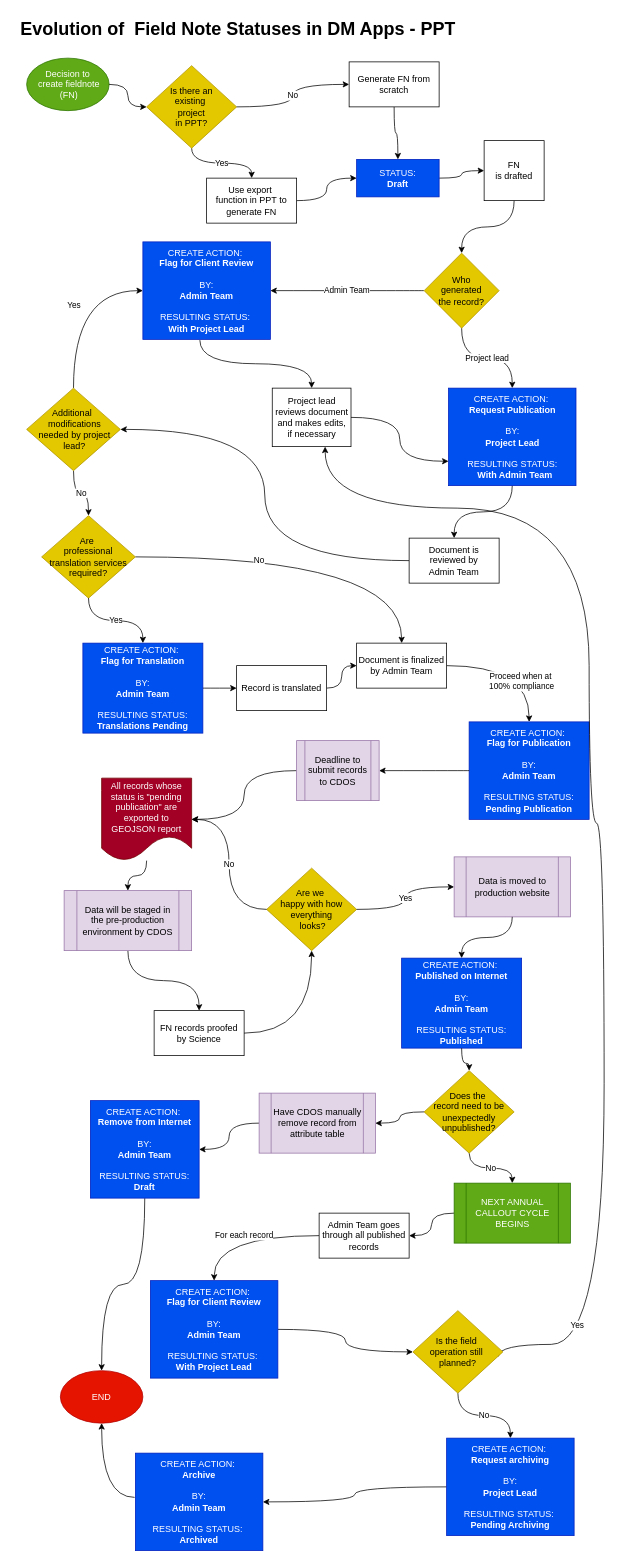
davjfish/diagrams keeps this draw.io diagram as Fieldnote status evolution in PPT.drawio. Above is the earlier version. Source tidied: cells renumbered, new cells numbered last; positions are measured from the earlier drawing's top-left corner, leaving out a move shared by most shapes. Both pictures are drawn from the tidied source at 75%, with x=0, y=0 at pixel (19, 13).
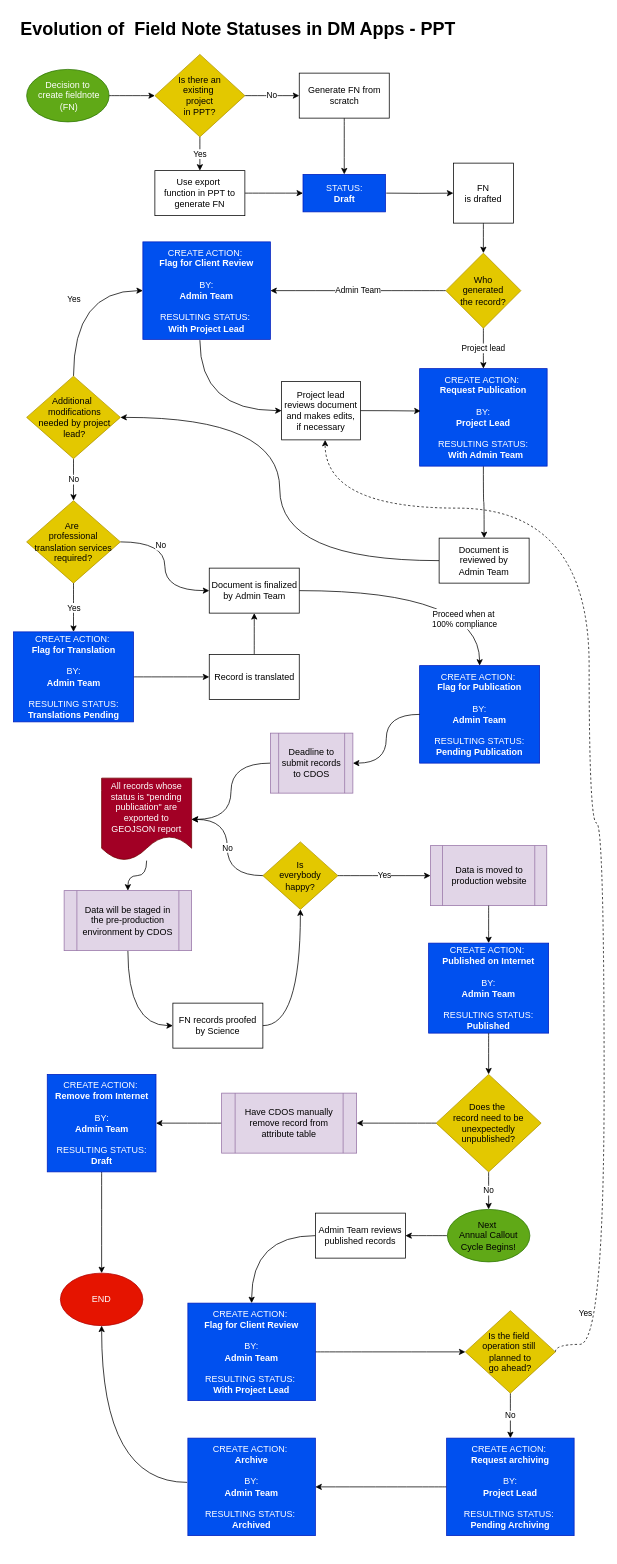
The same page after the edit.

The change refers to these unchanged cells:
```xml
<mxCell id="14" value="CREATE ACTION:&amp;nbsp;&lt;div&gt;&lt;b&gt;Flag for Client Review&lt;/b&gt;&lt;/div&gt;&lt;div&gt;&lt;b&gt;&lt;br&gt;&lt;/b&gt;&lt;/div&gt;&lt;div&gt;BY:&lt;/div&gt;&lt;div&gt;&lt;b&gt;Admin Team&lt;/b&gt;&lt;/div&gt;&lt;div&gt;&lt;b&gt;&lt;br&gt;&lt;/b&gt;&lt;div&gt;RESULTING STATUS:&amp;nbsp;&lt;/div&gt;&lt;div&gt;&lt;b&gt;With Project Lead&lt;/b&gt;&lt;/div&gt;&lt;/div&gt;" style="rounded=0;whiteSpace=wrap;html=1;fillColor=light-dark(#0050EF,#170FFF);fontColor=light-dark(#FFFFFF,#FFFFFF);strokeColor=#001DBC;" parent="1" vertex="1">
  <mxGeometry x="165" y="305" width="170" height="130" as="geometry" />
</mxCell>
```

What changed in the source:
```diff
@@
     <mxCell id="3" value="Decision&lt;span style=&quot;background-color: transparent;&quot;&gt;&amp;nbsp;to&lt;/span&gt;&lt;div&gt;&lt;span style=&quot;background-color: transparent;&quot;&gt;&amp;nbsp;create&amp;nbsp;&lt;/span&gt;&lt;span style=&quot;background-color: transparent;&quot;&gt;fieldnote&lt;/span&gt;&lt;div&gt;&lt;span style=&quot;background-color: transparent;&quot;&gt;&amp;nbsp;(FN)&lt;/span&gt;&lt;/div&gt;&lt;/div&gt;" style="ellipse;whiteSpace=wrap;html=1;fillColor=light-dark(#60A917,#99FF99);fontColor=light-dark(#FFFFFF,#000000);strokeColor=#2D7600;" parent="1" vertex="1">
-      <mxGeometry x="10" y="60" width="110" height="70" as="geometry" />
+      <mxGeometry x="10" y="75" width="110" height="70" as="geometry" />
     </mxCell>
@@
     <mxCell id="6" value="Is there an&lt;div&gt;existing&amp;nbsp;&lt;/div&gt;&lt;div&gt;project&lt;/div&gt;&lt;div&gt;in PPT?&lt;/div&gt;" style="rhombus;whiteSpace=wrap;html=1;fillColor=light-dark(#E3C800,#FFFF99);fontColor=light-dark(#000000,#000000);strokeColor=#B09500;" parent="1" vertex="1">
-      <mxGeometry x="170" y="70" width="120" height="110" as="geometry" />
+      <mxGeometry x="181" y="55" width="120" height="110" as="geometry" />
     </mxCell>
@@
     <mxCell id="8" value="FN&lt;div&gt;is drafted&lt;/div&gt;" style="whiteSpace=wrap;html=1;" parent="1" vertex="1">
-      <mxGeometry x="620" y="170" width="80" height="80" as="geometry" />
+      <mxGeometry x="579" y="200" width="80" height="80" as="geometry" />
     </mxCell>
@@
     <mxCell id="11" value="Who&lt;div&gt;&lt;span style=&quot;background-color: transparent;&quot;&gt;generated&lt;/span&gt;&lt;div&gt;the&lt;span style=&quot;background-color: transparent;&quot;&gt;&amp;nbsp;record?&lt;/span&gt;&lt;/div&gt;&lt;/div&gt;" style="rhombus;whiteSpace=wrap;html=1;fillColor=light-dark(#E3C800,#FFFF99);fontColor=light-dark(#000000,#000000);strokeColor=#B09500;" parent="1" vertex="1">
-      <mxGeometry x="540" y="320" width="100" height="100" as="geometry" />
+      <mxGeometry x="569" y="320" width="100" height="100" as="geometry" />
     </mxCell>
@@
     <mxCell id="13" value="CREATE ACTION:&amp;nbsp;&lt;div&gt;&lt;b&gt;Request Publication&lt;/b&gt;&lt;/div&gt;&lt;div&gt;&lt;b&gt;&lt;br&gt;&lt;/b&gt;&lt;div&gt;&lt;div&gt;BY:&lt;/div&gt;&lt;div&gt;&lt;b&gt;Project Lead&lt;/b&gt;&lt;/div&gt;&lt;/div&gt;&lt;div&gt;&lt;b&gt;&lt;br&gt;&lt;/b&gt;&lt;/div&gt;&lt;div&gt;&lt;span style=&quot;background-color: transparent;&quot;&gt;RESULTING STATUS&lt;/span&gt;:&lt;/div&gt;&lt;div&gt;&amp;nbsp; &lt;b&gt;With Admin Team&lt;/b&gt;&lt;/div&gt;&lt;/div&gt;" style="rounded=0;whiteSpace=wrap;html=1;fillColor=light-dark(#0050EF,#170FFF);fontColor=light-dark(#FFFFFF,#FFFFFF);strokeColor=#001DBC;" parent="1" vertex="1">
-      <mxGeometry x="572.5" y="500" width="170" height="130" as="geometry" />
+      <mxGeometry x="534" y="474" width="170" height="130" as="geometry" />
     </mxCell>
@@
-    <mxCell id="15" style="edgeStyle=orthogonalEdgeStyle;rounded=0;jettySize=auto;html=1;curved=1;" parent="1" edge="1" source="16" target="8">
-      <mxGeometry relative="1" as="geometry" />
+    <mxCell id="15" style="edgeStyle=orthogonalEdgeStyle;rounded=0;jettySize=auto;html=1;curved=1;" parent="1" edge="1" target="8">
+      <mxGeometry relative="1" as="geometry">
+        <mxPoint x="489.5" y="240" as="sourcePoint" />
+      </mxGeometry>
     </mxCell>
     <mxCell id="16" value="&lt;div&gt;&lt;font style=&quot;&quot;&gt;&lt;span style=&quot;background-color: transparent;&quot;&gt;&lt;font style=&quot;&quot;&gt;STATUS&lt;/font&gt;&lt;/span&gt;&lt;span style=&quot;background-color: transparent;&quot;&gt;:&lt;/span&gt;&lt;/font&gt;&lt;/div&gt;&lt;div&gt;&lt;b&gt;Draft&lt;/b&gt;&lt;/div&gt;" style="rounded=0;whiteSpace=wrap;html=1;fillColor=light-dark(#0050EF,#170FFF);fontColor=light-dark(#FFFFFF,#FFFFFF);strokeColor=#001DBC;" parent="1" vertex="1">
-      <mxGeometry x="450" y="195" width="110" height="50" as="geometry" />
+      <mxGeometry x="378.5" y="215" width="110" height="50" as="geometry" />
     </mxCell>
@@
     <mxCell id="19" value="Use export&amp;nbsp;&lt;div&gt;function in PPT to generate FN&lt;/div&gt;" style="whiteSpace=wrap;html=1;" parent="1" vertex="1">
-      <mxGeometry x="250" y="220" width="120" height="60" as="geometry" />
+      <mxGeometry x="181" y="210" width="120" height="60" as="geometry" />
     </mxCell>
@@
     <mxCell id="21" value="Generate FN from scratch" style="whiteSpace=wrap;html=1;" parent="1" vertex="1">
-      <mxGeometry x="440" y="65" width="120" height="60" as="geometry" />
+      <mxGeometry x="373.5" y="80" width="120" height="60" as="geometry" />
     </mxCell>
-    <mxCell id="22" style="edgeStyle=orthogonalEdgeStyle;rounded=0;jettySize=auto;html=1;entryX=0;entryY=0.75;entryDx=0;entryDy=0;curved=1;" parent="1" edge="1" source="23" target="13">
+    <mxCell id="22" style="edgeStyle=orthogonalEdgeStyle;rounded=0;jettySize=auto;html=1;entryX=0.008;entryY=0.435;entryDx=0;entryDy=0;curved=1;entryPerimeter=0;" parent="1" edge="1" source="23" target="13">
       <mxGeometry relative="1" as="geometry" />
     </mxCell>
     <mxCell id="23" value="Project lead reviews document and makes&amp;nbsp;&lt;span style=&quot;background-color: transparent; color: light-dark(rgb(0, 0, 0), rgb(255, 255, 255));&quot;&gt;edits,&lt;/span&gt;&lt;div&gt;&lt;span style=&quot;background-color: transparent; color: light-dark(rgb(0, 0, 0), rgb(255, 255, 255));&quot;&gt;if necessary&lt;/span&gt;&lt;/div&gt;" style="rounded=0;whiteSpace=wrap;html=1;" parent="1" vertex="1">
-      <mxGeometry x="337.5" y="500" width="105" height="78" as="geometry" />
+      <mxGeometry x="350" y="491" width="105" height="78" as="geometry" />
     </mxCell>
-    <mxCell id="24" style="edgeStyle=orthogonalEdgeStyle;rounded=0;jettySize=auto;html=1;curved=1;exitX=0.447;exitY=1.008;exitDx=0;exitDy=0;exitPerimeter=0;" parent="1" edge="1" source="14" target="23">
+    <mxCell id="24" style="edgeStyle=orthogonalEdgeStyle;rounded=0;jettySize=auto;html=1;curved=1;exitX=0.447;exitY=1.008;exitDx=0;exitDy=0;exitPerimeter=0;entryX=0;entryY=0.5;entryDx=0;entryDy=0;" parent="1" edge="1" source="14" target="23">
       <mxGeometry relative="1" as="geometry" />
     </mxCell>
@@
     <mxCell id="26" value="Document is reviewed by&lt;div&gt;Admin Team&lt;/div&gt;" style="whiteSpace=wrap;html=1;rounded=0;" parent="1" vertex="1">
-      <mxGeometry x="520" y="700" width="120" height="60" as="geometry" />
+      <mxGeometry x="560" y="700" width="120" height="60" as="geometry" />
     </mxCell>
@@
     <mxCell id="29" value="Additional&amp;nbsp;&lt;div&gt;&amp;nbsp;modifications&lt;/div&gt;&lt;div&gt;&amp;nbsp;needed by project&lt;/div&gt;&lt;div&gt;&amp;nbsp;lead?&lt;/div&gt;" style="rhombus;whiteSpace=wrap;html=1;fillColor=light-dark(#E3C800,#FFFF99);fontColor=light-dark(#000000,#000000);strokeColor=#B09500;" parent="1" vertex="1">
-      <mxGeometry x="10" y="500" width="125" height="110" as="geometry" />
+      <mxGeometry x="10" y="484" width="125" height="110" as="geometry" />
     </mxCell>
@@
     <mxCell id="31" value="Are&amp;nbsp;&lt;div&gt;professional translation services required?&lt;/div&gt;" style="rhombus;whiteSpace=wrap;html=1;fillColor=light-dark(#E3C800,#FFFF99);fontColor=light-dark(#000000,#000000);strokeColor=#B09500;" parent="1" vertex="1">
-      <mxGeometry x="30" y="670" width="125" height="110" as="geometry" />
+      <mxGeometry x="10" y="650" width="125" height="110" as="geometry" />
     </mxCell>
@@
     <mxCell id="34" value="CREATE ACTION:&amp;nbsp;&lt;div&gt;&lt;b&gt;Flag for Translation&lt;/b&gt;&lt;/div&gt;&lt;div&gt;&lt;b&gt;&lt;br&gt;&lt;/b&gt;&lt;/div&gt;&lt;div&gt;&lt;div&gt;BY:&lt;/div&gt;&lt;div&gt;&lt;b&gt;Admin Team&lt;/b&gt;&lt;/div&gt;&lt;/div&gt;&lt;div&gt;&lt;b&gt;&lt;br&gt;&lt;/b&gt;&lt;div&gt;RESULTING STATUS:&lt;/div&gt;&lt;div&gt;&lt;b&gt;Translations Pending&lt;/b&gt;&lt;/div&gt;&lt;/div&gt;" style="rounded=0;whiteSpace=wrap;html=1;fillColor=light-dark(#0050EF,#170FFF);fontColor=light-dark(#FFFFFF,#FFFFFF);strokeColor=#001DBC;" parent="1" vertex="1">
-      <mxGeometry x="85" y="840" width="160" height="120" as="geometry" />
+      <mxGeometry x="-7.5" y="825" width="160" height="120" as="geometry" />
     </mxCell>
@@
     <mxCell id="36" value="Record is translated" style="whiteSpace=wrap;html=1;rounded=0;" parent="1" vertex="1">
-      <mxGeometry x="290" y="870" width="120" height="60" as="geometry" />
+      <mxGeometry x="253.5" y="855" width="120" height="60" as="geometry" />
     </mxCell>
@@
     <mxCell id="38" value="CREATE ACTION:&amp;nbsp;&lt;div&gt;&lt;b&gt;Flag for Publication&lt;/b&gt;&lt;/div&gt;&lt;div&gt;&lt;div&gt;&lt;br&gt;&lt;/div&gt;&lt;div&gt;BY:&lt;/div&gt;&lt;div&gt;&lt;b&gt;Admin Team&lt;/b&gt;&lt;/div&gt;&lt;div&gt;&lt;b&gt;&lt;br&gt;&lt;/b&gt;&lt;/div&gt;&lt;div&gt;RESULTING STATUS:&lt;/div&gt;&lt;div&gt;&lt;b&gt;Pending Publication&lt;/b&gt;&lt;/div&gt;&lt;/div&gt;" style="rounded=0;whiteSpace=wrap;html=1;fillColor=light-dark(#0050EF,#170FFF);fontColor=light-dark(#FFFFFF,#FFFFFF);strokeColor=#001DBC;" parent="1" vertex="1">
-      <mxGeometry x="600" y="945" width="160" height="130" as="geometry" />
+      <mxGeometry x="534" y="870" width="160" height="130" as="geometry" />
     </mxCell>
@@
-    <mxCell id="40" value="Deadline to submit records to CDOS" style="shape=process;whiteSpace=wrap;html=1;backgroundOutline=1;fillColor=#e1d5e7;strokeColor=#9673a6;" parent="1" vertex="1">
-      <mxGeometry x="370" y="970" width="110" height="80" as="geometry" />
+    <mxCell id="40" value="Deadline to submit records to CDOS" style="shape=process;whiteSpace=wrap;html=1;backgroundOutline=1;fillColor=light-dark(#E1D5E7,#E5CCFF);strokeColor=#9673a6;fontColor=light-dark(#000000,#000000);" parent="1" vertex="1">
+      <mxGeometry x="335" y="960" width="110" height="80" as="geometry" />
     </mxCell>
-    <mxCell id="41" style="edgeStyle=orthogonalEdgeStyle;rounded=0;jettySize=auto;html=1;curved=1;" parent="1" edge="1" source="57" target="44">
+    <mxCell id="41" style="edgeStyle=orthogonalEdgeStyle;rounded=0;jettySize=auto;html=1;curved=1;" parent="1" edge="1" source="77" target="44">
       <mxGeometry relative="1" as="geometry" />
     </mxCell>
-    <mxCell id="42" value="All records whose status is &quot;pending publication&quot; are exported to GEOJSON report" style="shape=document;whiteSpace=wrap;html=1;boundedLbl=1;fillColor=#a20025;strokeColor=#6F0000;fontColor=#ffffff;" parent="1" vertex="1">
+    <mxCell id="42" value="All records whose status is &quot;pending publication&quot; are exported to GEOJSON report" style="shape=document;whiteSpace=wrap;html=1;boundedLbl=1;fillColor=light-dark(#A20025,#CCFFFF);strokeColor=#6F0000;fontColor=#ffffff;" parent="1" vertex="1">
       <mxGeometry x="110" y="1020" width="120" height="110" as="geometry" />
     </mxCell>
-    <mxCell id="43" value="For each record" style="edgeStyle=orthogonalEdgeStyle;rounded=0;jettySize=auto;html=1;curved=1;" parent="1" edge="1" source="44" target="67">
-      <mxGeometry relative="1" as="geometry" />
+    <mxCell id="43" style="edgeStyle=orthogonalEdgeStyle;rounded=0;jettySize=auto;html=1;curved=1;exitX=0;exitY=0.5;exitDx=0;exitDy=0;" parent="1" edge="1" source="44" target="67">
+      <mxGeometry x="0.33" y="10" relative="1" as="geometry" />
     </mxCell>
-    <mxCell id="44" value="Admin Team goes through all published records" style="whiteSpace=wrap;html=1;" parent="1" vertex="1">
-      <mxGeometry x="400" y="1600" width="120" height="60" as="geometry" />
+    <mxCell id="44" value="Admin Team reviews published records" style="whiteSpace=wrap;html=1;" parent="1" vertex="1">
+      <mxGeometry x="395" y="1600" width="120" height="60" as="geometry" />
     </mxCell>
-    <mxCell id="45" style="edgeStyle=orthogonalEdgeStyle;rounded=0;jettySize=auto;html=1;curved=1;exitX=0.5;exitY=1;exitDx=0;exitDy=0;" parent="1" edge="1" source="47" target="48">
+    <mxCell id="45" style="edgeStyle=orthogonalEdgeStyle;rounded=0;jettySize=auto;html=1;curved=1;exitX=0.5;exitY=1;exitDx=0;exitDy=0;entryX=0;entryY=0.5;entryDx=0;entryDy=0;" parent="1" edge="1" source="47" target="48">
       <mxGeometry relative="1" as="geometry" />
     </mxCell>
@@
-    <mxCell id="47" value="Data will be staged in the pre-production environment by CDOS" style="shape=process;whiteSpace=wrap;html=1;backgroundOutline=1;fillColor=#e1d5e7;strokeColor=#9673a6;" parent="1" vertex="1">
+    <mxCell id="47" value="Data will be staged in the pre-production environment by CDOS" style="shape=process;whiteSpace=wrap;html=1;backgroundOutline=1;fillColor=light-dark(#E1D5E7,#E5CCFF);strokeColor=#9673a6;fontColor=light-dark(#000000,#000000);" parent="1" vertex="1">
       <mxGeometry x="60" y="1170" width="170" height="80" as="geometry" />
     </mxCell>
     <mxCell id="48" value="FN records proofed by Science" style="whiteSpace=wrap;html=1;" parent="1" vertex="1">
-      <mxGeometry x="180" y="1330" width="120" height="60" as="geometry" />
+      <mxGeometry x="205" y="1320" width="120" height="60" as="geometry" />
     </mxCell>
@@
-    <mxCell id="50" value="Are we&amp;nbsp;&lt;div&gt;happy with how everything&lt;/div&gt;&lt;div&gt;&amp;nbsp;looks?&lt;/div&gt;" style="rhombus;whiteSpace=wrap;html=1;rounded=0;fillColor=light-dark(#E3C800,#FFFF99);fontColor=light-dark(#000000,#000000);strokeColor=#B09500;" parent="1" vertex="1">
-      <mxGeometry x="330" y="1140" width="120" height="110" as="geometry" />
+    <mxCell id="50" value="Is&lt;div&gt;everybody&lt;/div&gt;&lt;div&gt;happy&lt;span style=&quot;background-color: transparent;&quot;&gt;?&lt;/span&gt;&lt;/div&gt;" style="rhombus;whiteSpace=wrap;html=1;rounded=0;fillColor=light-dark(#E3C800,#FFFF99);fontColor=light-dark(#000000,#000000);strokeColor=#B09500;" parent="1" vertex="1">
+      <mxGeometry x="325" y="1105" width="100" height="90" as="geometry" />
     </mxCell>
@@
-    <mxCell id="52" value="Data is moved to production website" style="shape=process;whiteSpace=wrap;html=1;backgroundOutline=1;fillColor=#e1d5e7;strokeColor=#9673a6;" parent="1" vertex="1">
-      <mxGeometry x="580" y="1125" width="155" height="80" as="geometry" />
+    <mxCell id="52" value="Data is moved to production website" style="shape=process;whiteSpace=wrap;html=1;backgroundOutline=1;fillColor=light-dark(#E1D5E7,#E5CCFF);strokeColor=#9673a6;fontColor=light-dark(#000000,#000000);" parent="1" vertex="1">
+      <mxGeometry x="548.5" y="1110" width="155" height="80" as="geometry" />
     </mxCell>
@@
     <mxCell id="55" value="CREATE ACTION:&amp;nbsp;&lt;div&gt;&lt;b&gt;Published on Internet&lt;/b&gt;&lt;/div&gt;&lt;div&gt;&lt;b&gt;&lt;br&gt;&lt;/b&gt;&lt;/div&gt;&lt;div&gt;&lt;div&gt;BY:&lt;/div&gt;&lt;div&gt;&lt;b&gt;Admin Team&lt;/b&gt;&lt;/div&gt;&lt;div&gt;&lt;b&gt;&lt;br&gt;&lt;/b&gt;&lt;/div&gt;&lt;div&gt;RESULTING STATUS:&lt;/div&gt;&lt;div&gt;&lt;b&gt;Published&lt;/b&gt;&lt;/div&gt;&lt;/div&gt;" style="rounded=0;whiteSpace=wrap;html=1;fillColor=light-dark(#0050EF,#170FFF);fontColor=light-dark(#FFFFFF,#FFFFFF);strokeColor=#001DBC;" parent="1" vertex="1">
-      <mxGeometry x="510" y="1260" width="160" height="120" as="geometry" />
+      <mxGeometry x="546" y="1240" width="160" height="120" as="geometry" />
     </mxCell>
-    <mxCell id="56" value="No" style="edgeStyle=orthogonalEdgeStyle;rounded=0;jettySize=auto;html=1;curved=1;" parent="1" edge="1" source="60" target="57">
+    <mxCell id="56" value="No" style="edgeStyle=orthogonalEdgeStyle;rounded=0;jettySize=auto;html=1;curved=1;" parent="1" edge="1" source="60" target="77">
       <mxGeometry relative="1" as="geometry" />
     </mxCell>
-    <mxCell id="57" value="NEXT ANNUAL CALLOUT CYCLE&lt;div&gt;BEGINS&lt;/div&gt;" style="shape=process;whiteSpace=wrap;html=1;backgroundOutline=1;fillColor=#60a917;strokeColor=#2D7600;fontColor=#ffffff;" parent="1" vertex="1">
-      <mxGeometry x="580" y="1560" width="155" height="80" as="geometry" />
-    </mxCell>
@@
     <mxCell id="60" value="Does the&amp;nbsp;&lt;div&gt;record need to be unexpectedly unpublished?&lt;/div&gt;" style="rhombus;whiteSpace=wrap;html=1;rounded=0;fillColor=light-dark(#E3C800,#FFFF99);fontColor=light-dark(#000000,#000000);strokeColor=#B09500;" parent="1" vertex="1">
-      <mxGeometry x="540" y="1410" width="120" height="110" as="geometry" />
+      <mxGeometry x="556" y="1415" width="140" height="130" as="geometry" />
     </mxCell>
@@
     <mxCell id="62" value="CREATE ACTION:&amp;nbsp;&lt;div&gt;&lt;b&gt;Remove from Internet&lt;/b&gt;&lt;/div&gt;&lt;div&gt;&lt;div&gt;&lt;br&gt;&lt;/div&gt;&lt;div&gt;BY:&lt;/div&gt;&lt;div&gt;&lt;b&gt;Admin Team&lt;/b&gt;&lt;/div&gt;&lt;div&gt;&lt;b&gt;&lt;br&gt;&lt;/b&gt;&lt;/div&gt;&lt;div&gt;RESULTING STATUS:&lt;/div&gt;&lt;div&gt;&lt;b&gt;Draft&lt;/b&gt;&lt;/div&gt;&lt;/div&gt;" style="rounded=0;whiteSpace=wrap;html=1;fillColor=light-dark(#0050EF,#170FFF);fontColor=light-dark(#FFFFFF,#FFFFFF);strokeColor=#001DBC;" parent="1" vertex="1">
-      <mxGeometry x="95" y="1450" width="145" height="130" as="geometry" />
+      <mxGeometry x="37.5" y="1415" width="145" height="130" as="geometry" />
     </mxCell>
@@
-    <mxCell id="64" value="Have CDOS manually remove record from attribute table" style="shape=process;whiteSpace=wrap;html=1;backgroundOutline=1;fillColor=#e1d5e7;strokeColor=#9673a6;" parent="1" vertex="1">
-      <mxGeometry x="320" y="1440" width="155" height="80" as="geometry" />
+    <mxCell id="64" value="Have CDOS manually remove record from attribute table" style="shape=process;whiteSpace=wrap;html=1;backgroundOutline=1;fillColor=light-dark(#E1D5E7,#E5CCFF);strokeColor=#9673a6;fontColor=light-dark(#000000,#000000);" parent="1" vertex="1">
+      <mxGeometry x="270" y="1440" width="180" height="80" as="geometry" />
     </mxCell>
     <mxCell id="65" value="END" style="ellipse;whiteSpace=wrap;html=1;fillColor=#e51400;fontColor=#ffffff;strokeColor=#B20000;" parent="1" vertex="1">
-      <mxGeometry x="55" y="1810" width="110" height="70" as="geometry" />
+      <mxGeometry x="55" y="1680" width="110" height="70" as="geometry" />
     </mxCell>
@@
     <mxCell id="67" value="CREATE ACTION:&amp;nbsp;&lt;div&gt;&lt;b&gt;Flag for Client Review&lt;/b&gt;&lt;/div&gt;&lt;div&gt;&lt;b&gt;&lt;br&gt;&lt;/b&gt;&lt;/div&gt;&lt;div&gt;&lt;div&gt;BY:&lt;/div&gt;&lt;div&gt;&lt;b&gt;Admin Team&lt;/b&gt;&lt;/div&gt;&lt;/div&gt;&lt;div&gt;&lt;b&gt;&lt;br&gt;&lt;/b&gt;&lt;div&gt;RESULTING STATUS:&amp;nbsp;&lt;/div&gt;&lt;div&gt;&lt;b&gt;With Project Lead&lt;/b&gt;&lt;/div&gt;&lt;/div&gt;" style="rounded=0;whiteSpace=wrap;html=1;fillColor=light-dark(#0050EF,#170FFF);fontColor=light-dark(#FFFFFF,#FFFFFF);strokeColor=#001DBC;" parent="1" vertex="1">
-      <mxGeometry x="175" y="1690" width="170" height="130" as="geometry" />
+      <mxGeometry x="225" y="1720" width="170" height="130" as="geometry" />
     </mxCell>
@@
-    <mxCell id="69" value="Yes" style="edgeStyle=orthogonalEdgeStyle;rounded=0;jettySize=auto;html=1;curved=1;exitX=0.95;exitY=0.555;exitDx=0;exitDy=0;exitPerimeter=0;" parent="1" edge="1" source="70" target="23">
+    <mxCell id="69" value="Yes" style="edgeStyle=orthogonalEdgeStyle;rounded=0;jettySize=auto;html=1;curved=1;dashed=1;exitX=1;exitY=0.5;exitDx=0;exitDy=0;" parent="1" edge="1" source="70" target="23">
       <mxGeometry x="-0.86" y="25" relative="1" as="geometry">
         <Array as="points">
-          <mxPoint x="639" y="1775" />
+          <mxPoint x="715" y="1775" />
           <mxPoint x="780" y="1775" />
           <mxPoint x="780" y="1080" />
           <mxPoint x="760" y="1080" />
           <mxPoint x="760" y="660" />
           <mxPoint x="408" y="660" />
         </Array>
       </mxGeometry>
     </mxCell>
-    <mxCell id="70" value="Is the field&amp;nbsp;&lt;div&gt;operation still&amp;nbsp;&lt;/div&gt;&lt;div&gt;planned?&lt;/div&gt;" style="rhombus;whiteSpace=wrap;html=1;rounded=0;fillColor=light-dark(#E3C800,#FFFF99);fontColor=light-dark(#000000,#000000);strokeColor=#B09500;" parent="1" vertex="1">
-      <mxGeometry x="525" y="1730" width="120" height="110" as="geometry" />
+    <mxCell id="70" value="Is the field&amp;nbsp;&lt;div&gt;operation still&amp;nbsp;&lt;/div&gt;&lt;div&gt;planned to&lt;/div&gt;&lt;div&gt;go ahead?&lt;/div&gt;" style="rhombus;whiteSpace=wrap;html=1;rounded=0;fillColor=light-dark(#E3C800,#FFFF99);fontColor=light-dark(#000000,#000000);strokeColor=#B09500;" parent="1" vertex="1">
+      <mxGeometry x="595" y="1730" width="120" height="110" as="geometry" />
     </mxCell>
@@
     <mxCell id="74" value="CREATE ACTION:&amp;nbsp;&lt;div&gt;&lt;b&gt;Archive&lt;/b&gt;&lt;/div&gt;&lt;div&gt;&lt;br&gt;&lt;/div&gt;&lt;div&gt;&lt;div&gt;BY:&lt;/div&gt;&lt;div&gt;&lt;b&gt;Admin Team&lt;/b&gt;&lt;/div&gt;&lt;div&gt;&lt;b&gt;&lt;br&gt;&lt;/b&gt;&lt;/div&gt;&lt;div&gt;RESULTING STATUS:&amp;nbsp;&lt;/div&gt;&lt;div&gt;&lt;b&gt;Archived&lt;/b&gt;&lt;/div&gt;&lt;/div&gt;" style="rounded=0;whiteSpace=wrap;html=1;fillColor=light-dark(#0050EF,#170FFF);fontColor=light-dark(#FFFFFF,#FFFFFF);strokeColor=#001DBC;" parent="1" vertex="1">
-      <mxGeometry x="155" y="1920" width="170" height="130" as="geometry" />
+      <mxGeometry x="225" y="1900" width="170" height="130" as="geometry" />
     </mxCell>
     <mxCell id="75" value="Proceed when at&amp;nbsp;&lt;div&gt;100% compliance&lt;/div&gt;" style="edgeStyle=orthogonalEdgeStyle;rounded=0;jettySize=auto;html=1;exitX=1;exitY=0.5;exitDx=0;exitDy=0;curved=1;" parent="1" edge="1" source="76" target="38">
-      <mxGeometry x="0.42" y="-10" relative="1" as="geometry" />
+      <mxGeometry x="0.63" y="-20" relative="1" as="geometry" />
     </mxCell>
     <mxCell id="76" value="Document is finalized by&amp;nbsp;&lt;span style=&quot;background-color: transparent; color: light-dark(rgb(0, 0, 0), rgb(255, 255, 255));&quot;&gt;Admin Team&lt;/span&gt;" style="whiteSpace=wrap;html=1;rounded=0;" parent="1" vertex="1">
-      <mxGeometry x="450" y="840" width="120" height="60" as="geometry" />
+      <mxGeometry x="253.5" y="740" width="120" height="60" as="geometry" />
     </mxCell>
+    <mxCell id="77" value="Next&amp;nbsp;&lt;div&gt;Annual Callout Cycle Begins!&lt;/div&gt;" style="ellipse;whiteSpace=wrap;html=1;fillColor=light-dark(#60A917,#99FF99);fontColor=light-dark(#000000,#000000);strokeColor=#2D7600;" parent="1" vertex="1">
+      <mxGeometry x="571" y="1595" width="110" height="70" as="geometry" />
+    </mxCell>
```
